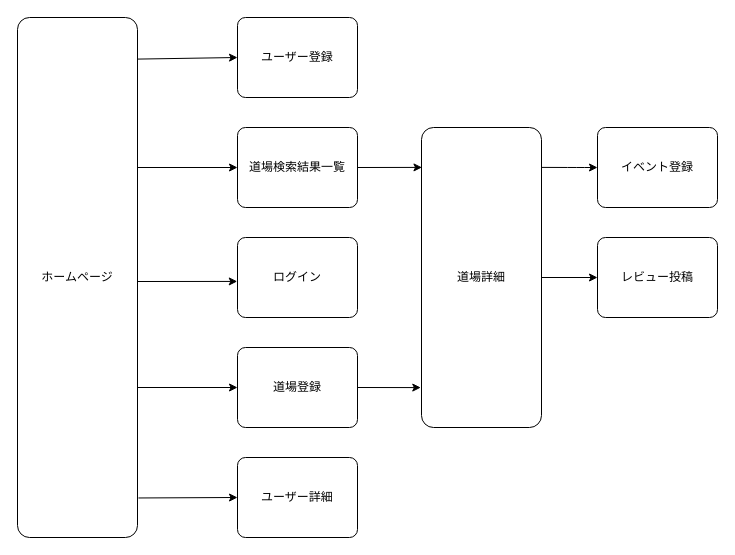
The draw.io diagram kyudo.dio in rosicky7th/kyudojou-app, before the edit. Source tidied: cells renumbered, new cells numbered last; positions are measured from the earlier drawing's top-left corner, leaving out a move shared by most shapes. Both pictures are drawn from the tidied source at 100%, with x=0, y=0 at pixel (17, 17).
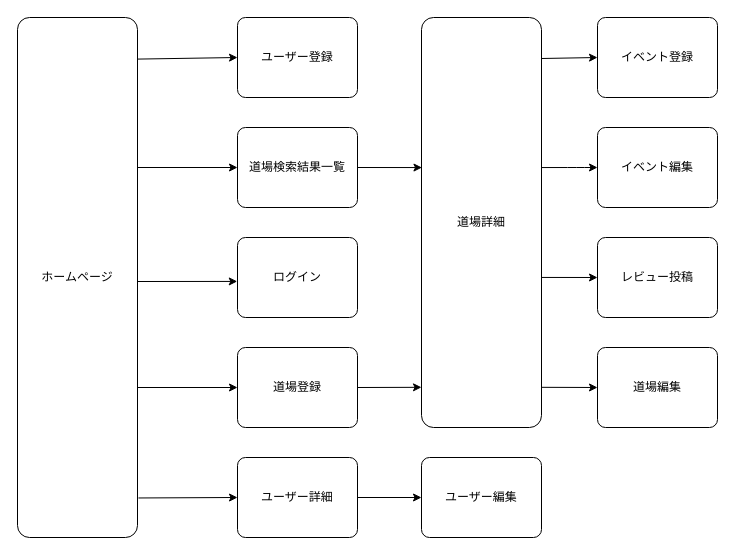
The same page after the edit.

Commit message:
画面遷移図の修正

The change refers to these unchanged cells:
```xml
<mxCell id="9" value="道場検索結果一覧" style="rounded=1;arcSize=10;whiteSpace=wrap;html=1;align=center;" parent="1" vertex="1">
  <mxGeometry x="220" y="110" width="120" height="80" as="geometry" />
</mxCell>
<mxCell id="10" value="ユーザー詳細" style="rounded=1;arcSize=10;whiteSpace=wrap;html=1;align=center;" parent="1" vertex="1">
  <mxGeometry x="220" y="440" width="120" height="80" as="geometry" />
</mxCell>
<mxCell id="12" value="道場登録" style="rounded=1;arcSize=10;whiteSpace=wrap;html=1;align=center;" parent="1" vertex="1">
  <mxGeometry x="220" y="330" width="120" height="80" as="geometry" />
</mxCell>
<mxCell id="19" value="レビュー投稿" style="rounded=1;arcSize=10;whiteSpace=wrap;html=1;align=center;" parent="1" vertex="1">
  <mxGeometry x="580" y="220" width="120" height="80" as="geometry" />
</mxCell>
```

What changed in the source:
```diff
@@
-    <mxCell id="8" style="edgeStyle=none;html=1;exitX=1;exitY=0.5;exitDx=0;exitDy=0;entryX=0.004;entryY=0.133;entryDx=0;entryDy=0;entryPerimeter=0;" parent="1" edge="1" source="9" target="15">
+    <mxCell id="8" style="edgeStyle=none;html=1;exitX=1;exitY=0.5;exitDx=0;exitDy=0;entryX=0.004;entryY=0.366;entryDx=0;entryDy=0;entryPerimeter=0;" parent="1" edge="1" source="9" target="15">
       <mxGeometry relative="1" as="geometry" />
     </mxCell>
@@
+    <mxCell id="20" style="edgeStyle=none;html=1;exitX=1;exitY=0.5;exitDx=0;exitDy=0;entryX=0;entryY=0.5;entryDx=0;entryDy=0;" parent="1" edge="1" source="10" target="24">
+      <mxGeometry relative="1" as="geometry" />
+    </mxCell>
@@
-    <mxCell id="11" style="edgeStyle=none;html=1;exitX=1;exitY=0.5;exitDx=0;exitDy=0;entryX=-0.006;entryY=0.867;entryDx=0;entryDy=0;entryPerimeter=0;" parent="1" edge="1" source="12" target="15">
+    <mxCell id="11" style="edgeStyle=none;html=1;exitX=1;exitY=0.5;exitDx=0;exitDy=0;entryX=0;entryY=0.902;entryDx=0;entryDy=0;entryPerimeter=0;" parent="1" edge="1" source="12" target="15">
       <mxGeometry relative="1" as="geometry" />
     </mxCell>
@@
-    <mxCell id="13" style="edgeStyle=none;html=1;entryX=0;entryY=0.5;entryDx=0;entryDy=0;exitX=0.994;exitY=0.133;exitDx=0;exitDy=0;exitPerimeter=0;" parent="1" edge="1" source="15" target="18">
+    <mxCell id="13" style="edgeStyle=none;html=1;entryX=0;entryY=0.5;entryDx=0;entryDy=0;exitX=1;exitY=0.366;exitDx=0;exitDy=0;exitPerimeter=0;" parent="1" edge="1" source="15" target="18">
       <mxGeometry relative="1" as="geometry">
         <Array as="points">
           <mxPoint x="560" y="150" />
         </Array>
       </mxGeometry>
     </mxCell>
-    <mxCell id="14" style="edgeStyle=none;html=1;exitX=1;exitY=0.5;exitDx=0;exitDy=0;entryX=0;entryY=0.5;entryDx=0;entryDy=0;" parent="1" edge="1" source="15" target="19">
+    <mxCell id="14" style="edgeStyle=none;html=1;exitX=1;exitY=0.634;exitDx=0;exitDy=0;entryX=0;entryY=0.5;entryDx=0;entryDy=0;exitPerimeter=0;" parent="1" edge="1" source="15" target="19">
       <mxGeometry relative="1" as="geometry" />
     </mxCell>
+    <mxCell id="21" style="edgeStyle=none;html=1;entryX=0;entryY=0.5;entryDx=0;entryDy=0;exitX=1;exitY=0.902;exitDx=0;exitDy=0;exitPerimeter=0;" parent="1" edge="1" source="15" target="23">
+      <mxGeometry relative="1" as="geometry" />
+    </mxCell>
+    <mxCell id="22" style="edgeStyle=none;html=1;exitX=1;exitY=0.1;exitDx=0;exitDy=0;entryX=0;entryY=0.5;entryDx=0;entryDy=0;exitPerimeter=0;" parent="1" edge="1" source="15" target="25">
+      <mxGeometry relative="1" as="geometry" />
+    </mxCell>
     <mxCell id="15" value="道場詳細" style="rounded=1;arcSize=10;whiteSpace=wrap;html=1;align=center;" parent="1" vertex="1">
-      <mxGeometry x="404" y="110" width="120" height="300" as="geometry" />
+      <mxGeometry x="404" width="120" height="410" as="geometry" />
     </mxCell>
@@
-    <mxCell id="18" value="イベント登録" style="rounded=1;arcSize=10;whiteSpace=wrap;html=1;align=center;" parent="1" vertex="1">
+    <mxCell id="18" value="イベント編集" style="rounded=1;arcSize=10;whiteSpace=wrap;html=1;align=center;" parent="1" vertex="1">
       <mxGeometry x="580" y="110" width="120" height="80" as="geometry" />
     </mxCell>
@@
+    <mxCell id="23" value="道場編集" style="rounded=1;arcSize=10;whiteSpace=wrap;html=1;align=center;" parent="1" vertex="1">
+      <mxGeometry x="580" y="330" width="120" height="80" as="geometry" />
+    </mxCell>
+    <mxCell id="24" value="ユーザー編集" style="rounded=1;arcSize=10;whiteSpace=wrap;html=1;align=center;" parent="1" vertex="1">
+      <mxGeometry x="404" y="440" width="120" height="80" as="geometry" />
+    </mxCell>
+    <mxCell id="25" value="イベント登録" style="rounded=1;arcSize=10;whiteSpace=wrap;html=1;align=center;" parent="1" vertex="1">
+      <mxGeometry x="580" width="120" height="80" as="geometry" />
+    </mxCell>
```
